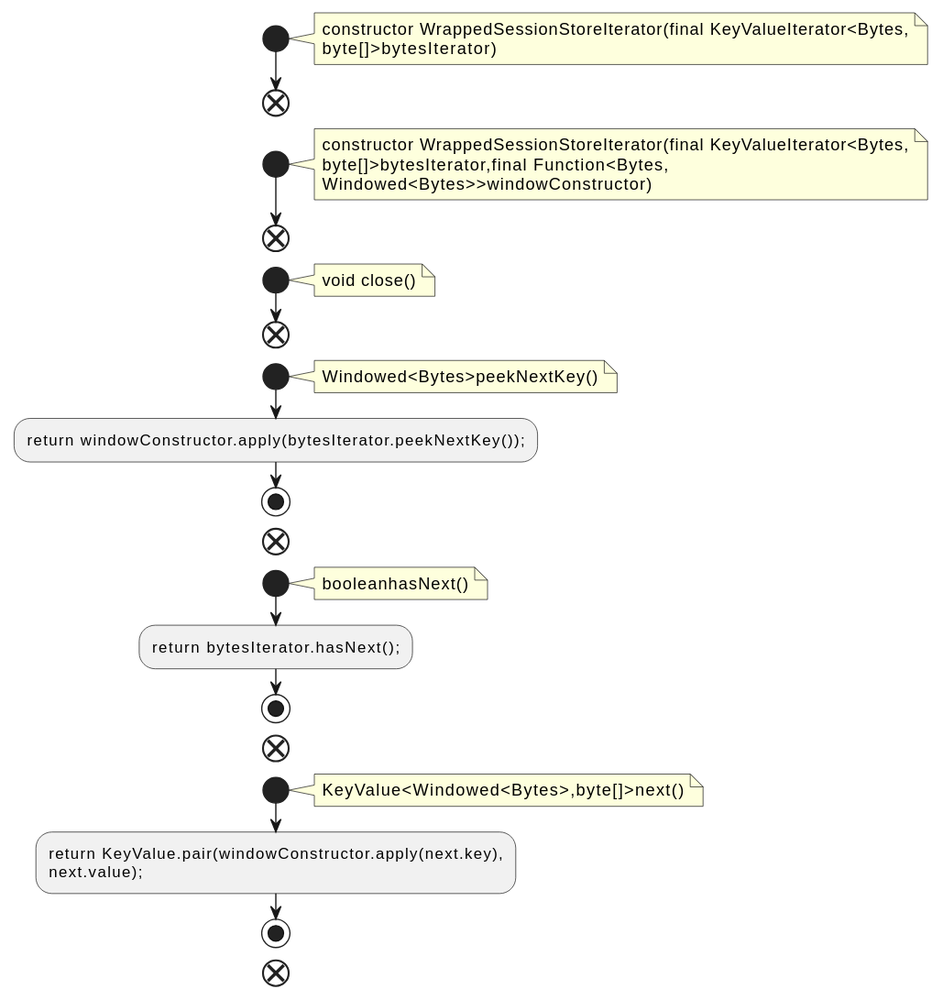
The PlantUML diagram docs/qc/streams/src/main/java/org/apache/kafka/streams/state/internals/WrappedSessionStoreIterator.java.fct.svg in qualitesys/kafka, before a commit.
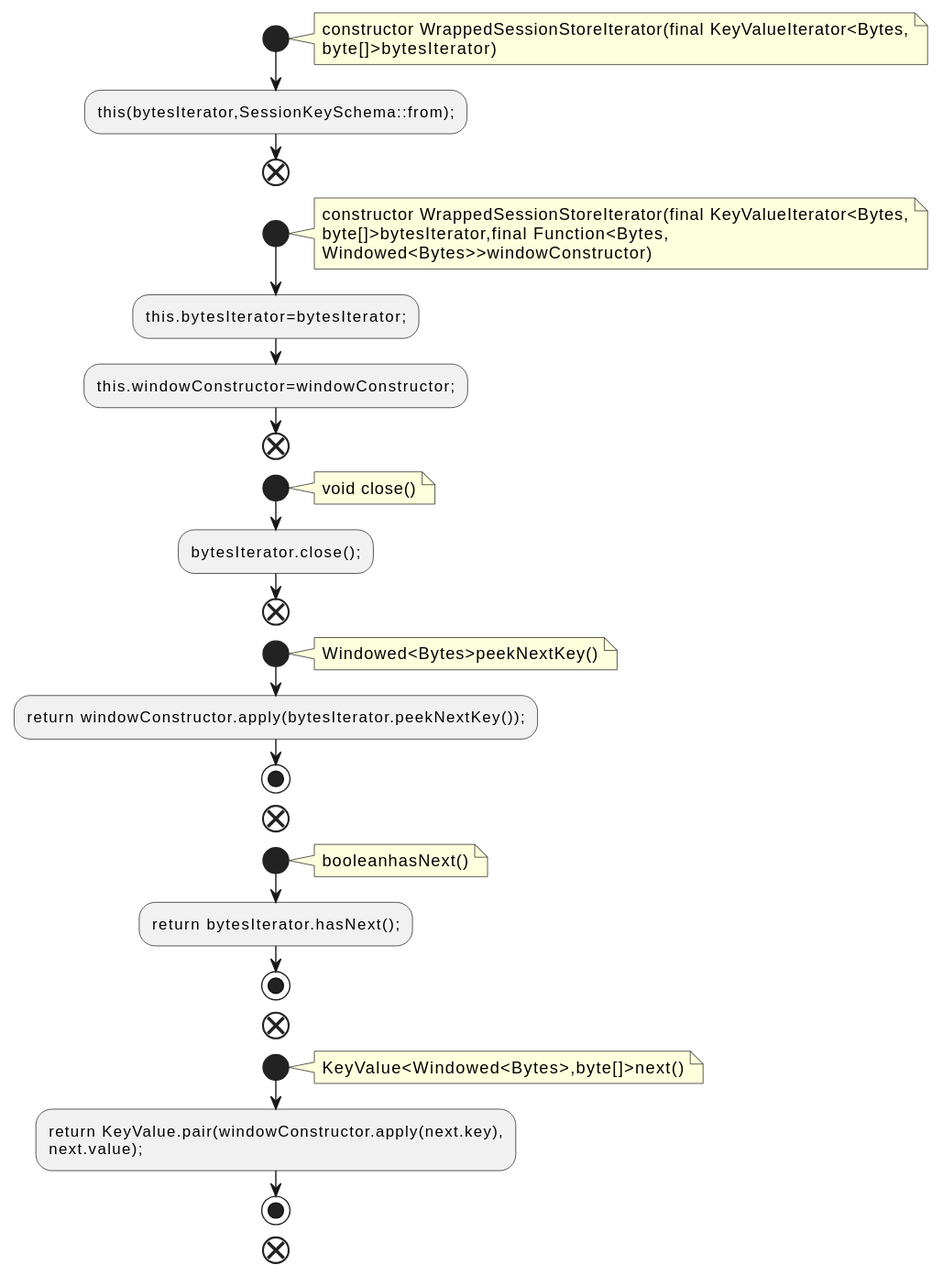
Later version of the same file.

Change to the diagram source:
```diff
@@ -5,6 +5,7 @@
 constructor WrappedSessionStoreIterator(final KeyValueIterator<Bytes,
 byte[]>bytesIterator)
 end note
+:this(bytesIterator,SessionKeySchema::from);;
 end
 start
 note right
@@ -12,11 +13,14 @@
 byte[]>bytesIterator,final Function<Bytes,
 Windowed<Bytes>>windowConstructor)
 end note
+:this.bytesIterator=bytesIterator;;
+:this.windowConstructor=windowConstructor;;
 end
 start
 note right
 void close()
 end note
+:bytesIterator.close();;
 end
 start
 note right
```
